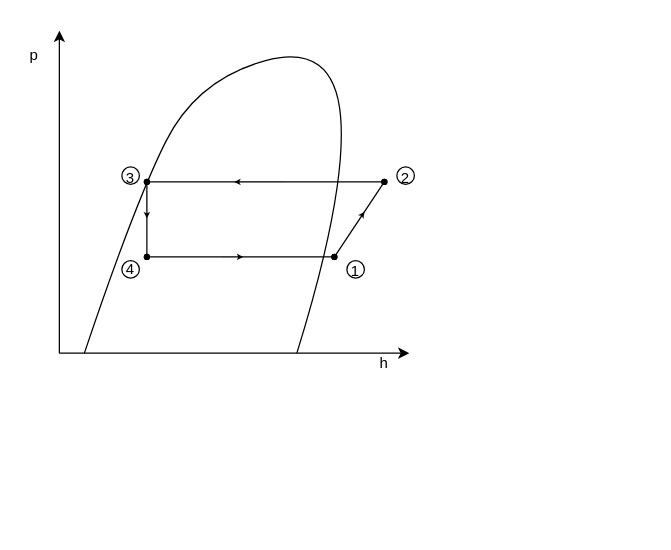
kasperlaustsen/CA8_Writings keeps this draw.io diagram as Graphics/p-h_diagram_std.drawio. Above is the earlier version. Source tidied: cells renumbered, new cells numbered last; positions are measured from the earlier drawing's top-left corner, leaving out a move shared by most shapes. Both pictures are drawn from the tidied source at 125%, with x=0, y=0 at pixel (21, 30).
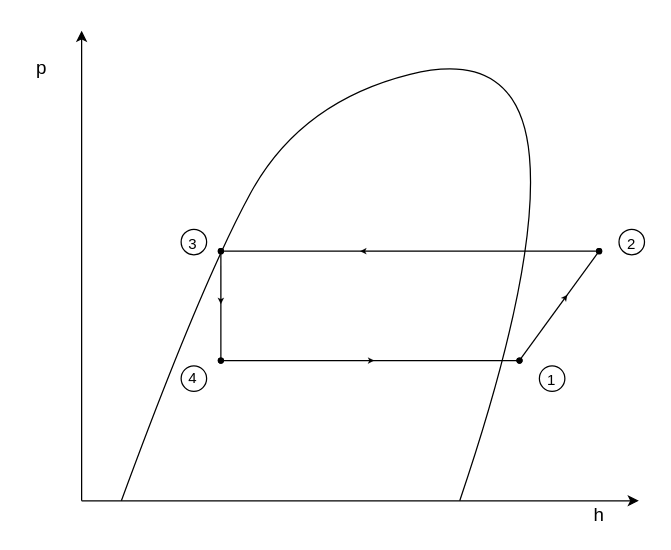
After the change.

Commit message:
Update p-h_diagram_std.drawio, varying size a bit to fit better with block diagram

The edit, as a diff of the source:
```diff
@@
+    <mxCell id="19" style="group;" parent="1" vertex="1">
+      <mxGeometry width="500" height="398" as="geometry" />
+    </mxCell>
-    <mxCell id="2" style="endArrow=classic;html=1;rounded=0;" parent="1" edge="1">
+    <mxCell id="2" style="endArrow=classic;html=1;rounded=0;" parent="19" edge="1">
       <mxGeometry relative="1" as="geometry">
-        <mxPoint x="30" y="258" as="sourcePoint" />
-        <mxPoint x="30" as="targetPoint" />
+        <mxPoint x="47.8" y="376.1" as="sourcePoint" />
+        <mxPoint x="47.8" as="targetPoint" />
       </mxGeometry>
     </mxCell>
-    <mxCell id="3" style="endArrow=classic;html=1;rounded=0;" parent="1" edge="1">
+    <mxCell id="3" style="endArrow=classic;html=1;rounded=0;" parent="19" edge="1">
       <mxGeometry relative="1" as="geometry">
-        <mxPoint x="30" y="258" as="sourcePoint" />
-        <mxPoint x="310" y="258" as="targetPoint" />
+        <mxPoint x="47.8" y="376.1" as="sourcePoint" />
+        <mxPoint x="493.6" y="376.1" as="targetPoint" />
       </mxGeometry>
     </mxCell>
-    <mxCell id="4" value="h" style="text;html=1;strokeColor=none;fillColor=none;align=center;verticalAlign=middle;whiteSpace=wrap;rounded=0;" parent="1" vertex="1">
-      <mxGeometry x="280" y="258" width="20" height="15" as="geometry" />
+    <mxCell id="4" value="&lt;font style=&quot;font-size: 15px;&quot;&gt;h&lt;/font&gt;" style="text;html=1;strokeColor=none;fillColor=none;align=center;verticalAlign=middle;whiteSpace=wrap;rounded=0;" parent="19" vertex="1">
+      <mxGeometry x="445.9" y="376.1" width="31.8" height="21.9" as="geometry" />
     </mxCell>
-    <mxCell id="5" value="p" style="text;html=1;strokeColor=none;fillColor=none;align=center;verticalAlign=middle;whiteSpace=wrap;rounded=0;" parent="1" vertex="1">
-      <mxGeometry y="10" width="20" height="20" as="geometry" />
+    <mxCell id="5" value="&lt;font style=&quot;font-size: 15px;&quot;&gt;p&lt;/font&gt;" style="text;html=1;strokeColor=none;fillColor=none;align=center;verticalAlign=middle;whiteSpace=wrap;rounded=0;" parent="19" vertex="1">
+      <mxGeometry y="14.6" width="31.8" height="29.2" as="geometry" />
     </mxCell>
-    <mxCell id="6" style="curved=1;endArrow=none;html=1;rounded=0;endFill=0;" parent="1" edge="1">
+    <mxCell id="6" style="curved=1;endArrow=none;html=1;rounded=0;endFill=0;" parent="19" edge="1">
       <mxGeometry relative="1" as="geometry">
-        <mxPoint x="50" y="258" as="sourcePoint" />
-        <mxPoint x="220" y="258" as="targetPoint" />
+        <mxPoint x="79.6" y="376.1" as="sourcePoint" />
+        <mxPoint x="350.3" y="376.1" as="targetPoint" />
         <Array as="points">
-          <mxPoint x="90" y="139" />
-          <mxPoint x="140" y="39" />
-          <mxPoint x="250" y="9" />
-          <mxPoint x="260" y="129" />
+          <mxPoint x="143.3" y="202.6" />
+          <mxPoint x="222.9" y="56.9" />
+          <mxPoint x="398.1" y="13.1" />
+          <mxPoint x="414" y="188.1" />
         </Array>
       </mxGeometry>
     </mxCell>
-    <mxCell id="7" style="endArrow=oval;html=1;rounded=0;curved=1;endFill=1;startArrow=oval;startFill=1;endSize=4;startSize=4;" parent="1" edge="1">
+    <mxCell id="7" style="endArrow=oval;html=1;rounded=0;curved=1;endFill=1;startArrow=oval;startFill=1;endSize=4;startSize=4;" parent="19" edge="1">
       <mxGeometry relative="1" as="geometry">
-        <mxPoint x="100" y="121" as="sourcePoint" />
-        <mxPoint x="290" y="121" as="targetPoint" />
+        <mxPoint x="159.2" y="176.4" as="sourcePoint" />
+        <mxPoint x="461.8" y="176.4" as="targetPoint" />
       </mxGeometry>
     </mxCell>
-    <mxCell id="8" style="endArrow=oval;html=1;rounded=0;curved=1;endFill=1;startArrow=oval;startFill=1;endSize=4;startSize=4;" parent="1" edge="1">
+    <mxCell id="8" style="endArrow=oval;html=1;rounded=0;curved=1;endFill=1;startArrow=oval;startFill=1;endSize=4;startSize=4;" parent="19" edge="1">
       <mxGeometry relative="1" as="geometry">
-        <mxPoint x="100" y="121" as="sourcePoint" />
-        <mxPoint x="100" y="181" as="targetPoint" />
+        <mxPoint x="159.2" y="176.4" as="sourcePoint" />
+        <mxPoint x="159.2" y="263.9" as="targetPoint" />
       </mxGeometry>
     </mxCell>
-    <mxCell id="9" style="endArrow=oval;html=1;rounded=0;curved=1;endFill=1;startArrow=oval;startFill=1;endSize=4;startSize=4;entryX=0.15;entryY=0.35;entryDx=0;entryDy=0;entryPerimeter=0;" parent="1" edge="1">
+    <mxCell id="9" style="endArrow=oval;html=1;rounded=0;curved=1;endFill=1;startArrow=oval;startFill=1;endSize=4;startSize=4;entryX=0.15;entryY=0.35;entryDx=0;entryDy=0;entryPerimeter=0;" parent="19" edge="1">
       <mxGeometry relative="1" as="geometry">
-        <mxPoint x="100" y="181" as="sourcePoint" />
-        <mxPoint x="250" y="181" as="targetPoint" />
+        <mxPoint x="159.2" y="263.9" as="sourcePoint" />
+        <mxPoint x="398.1" y="263.9" as="targetPoint" />
       </mxGeometry>
     </mxCell>
-    <mxCell id="10" style="endArrow=oval;html=1;rounded=0;curved=1;endFill=1;startArrow=oval;startFill=1;endSize=4;startSize=4;" parent="1" edge="1">
+    <mxCell id="10" style="endArrow=oval;html=1;rounded=0;curved=1;endFill=1;startArrow=oval;startFill=1;endSize=4;startSize=4;" parent="19" edge="1">
       <mxGeometry relative="1" as="geometry">
-        <mxPoint x="290" y="121" as="sourcePoint" />
-        <mxPoint x="250" y="181" as="targetPoint" />
+        <mxPoint x="461.8" y="176.4" as="sourcePoint" />
+        <mxPoint x="398.1" y="263.9" as="targetPoint" />
       </mxGeometry>
     </mxCell>
-    <mxCell id="11" style="endArrow=classic;html=1;rounded=0;endSize=5;strokeWidth=0;" parent="1" edge="1">
+    <mxCell id="11" style="endArrow=classic;html=1;rounded=0;endSize=5;strokeWidth=0;" parent="19" edge="1">
       <mxGeometry relative="1" as="geometry">
-        <mxPoint x="100" y="129" as="sourcePoint" />
-        <mxPoint x="100" y="150" as="targetPoint" />
+        <mxPoint x="159.2" y="188.1" as="sourcePoint" />
+        <mxPoint x="159.2" y="218.7" as="targetPoint" />
       </mxGeometry>
     </mxCell>
-    <mxCell id="12" style="endArrow=classic;html=1;rounded=0;endSize=5;strokeWidth=0;" parent="1" edge="1">
+    <mxCell id="12" style="endArrow=classic;html=1;rounded=0;endSize=5;strokeWidth=0;" parent="19" edge="1">
       <mxGeometry relative="1" as="geometry">
-        <mxPoint x="160" y="181" as="sourcePoint" />
-        <mxPoint x="177" y="181" as="targetPoint" />
+        <mxPoint x="254.8" y="263.9" as="sourcePoint" />
+        <mxPoint x="281.8" y="263.9" as="targetPoint" />
       </mxGeometry>
     </mxCell>
-    <mxCell id="13" style="endArrow=classic;html=1;rounded=0;endSize=5;strokeWidth=0;" parent="1" edge="1">
+    <mxCell id="13" style="endArrow=classic;html=1;rounded=0;endSize=5;strokeWidth=0;" parent="19" edge="1">
       <mxGeometry relative="1" as="geometry">
-        <mxPoint x="261" y="164" as="sourcePoint" />
-        <mxPoint x="274" y="145" as="targetPoint" />
+        <mxPoint x="415.6" y="239.1" as="sourcePoint" />
+        <mxPoint x="436.3" y="211.4" as="targetPoint" />
       </mxGeometry>
     </mxCell>
-    <mxCell id="14" style="endArrow=classic;html=1;rounded=0;endSize=5;strokeWidth=0;" parent="1" edge="1">
+    <mxCell id="14" style="endArrow=classic;html=1;rounded=0;endSize=5;strokeWidth=0;" parent="19" edge="1">
       <mxGeometry relative="1" as="geometry">
-        <mxPoint x="210" y="121" as="sourcePoint" />
-        <mxPoint x="170" y="121" as="targetPoint" />
+        <mxPoint x="334.4" y="176.4" as="sourcePoint" />
+        <mxPoint x="270.7" y="176.4" as="targetPoint" />
         <Array as="points">
-          <mxPoint x="190" y="121" />
+          <mxPoint x="302.5" y="176.4" />
         </Array>
       </mxGeometry>
     </mxCell>
-    <mxCell id="15" value="&lt;font style=&quot;font-size: 12px;&quot;&gt;1&lt;/font&gt;" style="ellipse;whiteSpace=wrap;html=1;fontSize=15;strokeWidth=1;" parent="1" vertex="1">
-      <mxGeometry x="260" y="184" width="14" height="14" as="geometry" />
+    <mxCell id="15" value="&lt;font style=&quot;font-size: 12px;&quot;&gt;1&lt;/font&gt;" style="ellipse;whiteSpace=wrap;html=1;fontSize=15;strokeWidth=1;" parent="19" vertex="1">
+      <mxGeometry x="414" y="268.2" width="20.4" height="20.4" as="geometry" />
     </mxCell>
-    <mxCell id="16" value="&lt;font style=&quot;font-size: 12px;&quot;&gt;2&lt;/font&gt;" style="ellipse;whiteSpace=wrap;html=1;fontSize=15;strokeWidth=1;" parent="1" vertex="1">
-      <mxGeometry x="300" y="109" width="14" height="14" as="geometry" />
+    <mxCell id="16" value="&lt;font style=&quot;font-size: 12px;&quot;&gt;2&lt;/font&gt;" style="ellipse;whiteSpace=wrap;html=1;fontSize=15;strokeWidth=1;" parent="19" vertex="1">
+      <mxGeometry x="477.7" y="158.9" width="20.4" height="20.4" as="geometry" />
     </mxCell>
-    <mxCell id="17" value="&lt;font style=&quot;font-size: 12px;&quot;&gt;3&lt;/font&gt;" style="ellipse;whiteSpace=wrap;html=1;fontSize=15;strokeWidth=1;" parent="1" vertex="1">
-      <mxGeometry x="80" y="109" width="14" height="14" as="geometry" />
+    <mxCell id="17" value="&lt;font style=&quot;font-size: 12px;&quot;&gt;3&lt;/font&gt;" style="ellipse;whiteSpace=wrap;html=1;fontSize=15;strokeWidth=1;" parent="19" vertex="1">
+      <mxGeometry x="127.4" y="158.9" width="20.4" height="20.4" as="geometry" />
     </mxCell>
-    <mxCell id="18" value="&lt;div style=&quot;font-size: 12px;&quot;&gt;&lt;font style=&quot;font-size: 12px;&quot;&gt;4&lt;/font&gt;&lt;/div&gt;" style="ellipse;whiteSpace=wrap;html=1;fontSize=15;strokeWidth=1;" parent="1" vertex="1">
-      <mxGeometry x="80" y="184" width="14" height="14" as="geometry" />
+    <mxCell id="18" value="&lt;div style=&quot;font-size: 12px;&quot;&gt;&lt;font style=&quot;font-size: 12px;&quot;&gt;4&lt;/font&gt;&lt;/div&gt;" style="ellipse;whiteSpace=wrap;html=1;fontSize=15;strokeWidth=1;" parent="19" vertex="1">
+      <mxGeometry x="127.4" y="268.2" width="20.4" height="20.4" as="geometry" />
     </mxCell>
```
